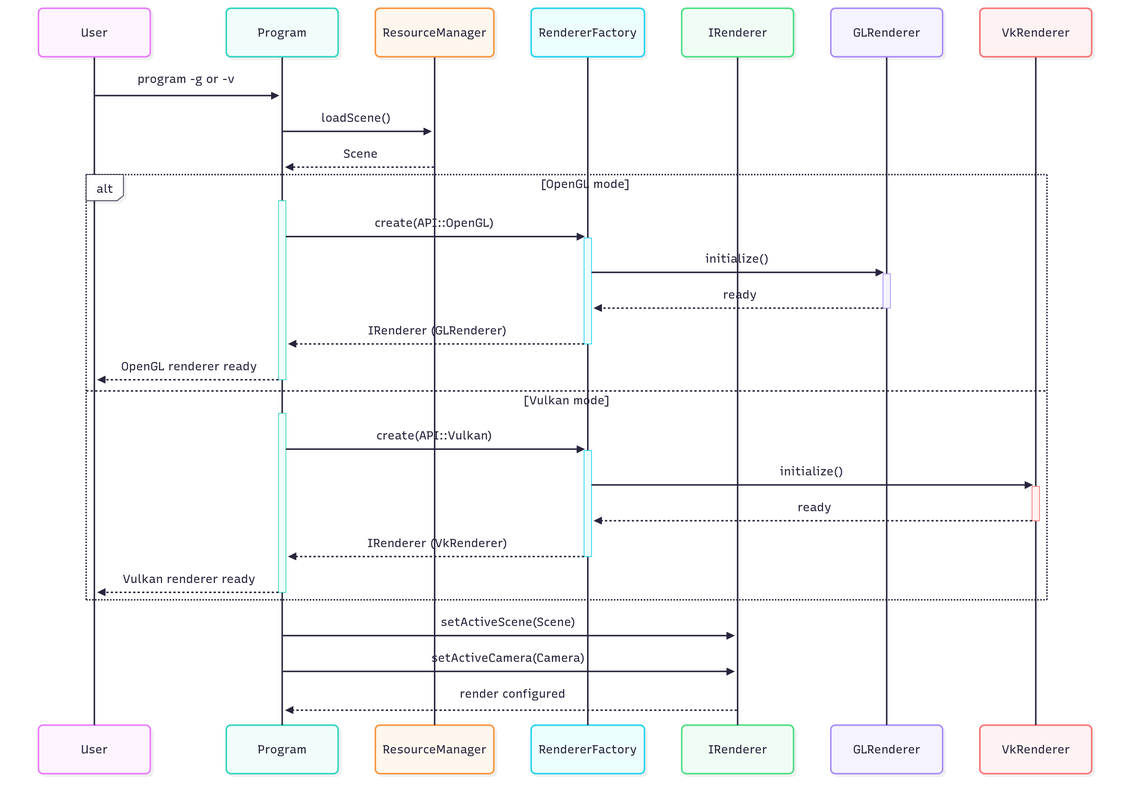
Earlier version of the Mermaid export figures/uml_activity_dynamic_backend.png (Fuwuffyi/thesis-project-tex). Its source is kept beside it as figures/uml_activity_dynamic_backend.mermaid. Source of this version:
```mermaid
sequenceDiagram
    participant User
    participant Program
    participant ResourceManager
    participant RendererFactory
    participant IRenderer
    participant GLRenderer
    participant VkRenderer

    User->>Program: program -g or -v

    Program->>ResourceManager: loadScene()
    ResourceManager-->>Program: Scene

    alt OpenGL mode
        activate Program
        Program->>RendererFactory: create(API::OpenGL)
        activate RendererFactory
        RendererFactory->>GLRenderer: initialize()
        activate GLRenderer
        GLRenderer-->>RendererFactory: ready
        deactivate GLRenderer
        RendererFactory-->>Program: IRenderer (GLRenderer)
        deactivate RendererFactory
        Program-->>User: OpenGL renderer ready
        deactivate Program
    else Vulkan mode
        activate Program
        Program->>RendererFactory: create(API::Vulkan)
        activate RendererFactory
        RendererFactory->>VkRenderer: initialize()
        activate VkRenderer
        VkRenderer-->>RendererFactory: ready
        deactivate VkRenderer
        RendererFactory-->>Program: IRenderer (VkRenderer)
        deactivate RendererFactory
        Program-->>User: Vulkan renderer ready
        deactivate Program
    end

    Program->>IRenderer: setActiveScene(Scene)
    Program->>IRenderer: setActiveCamera(Camera)
    IRenderer-->>Program: render configured
```
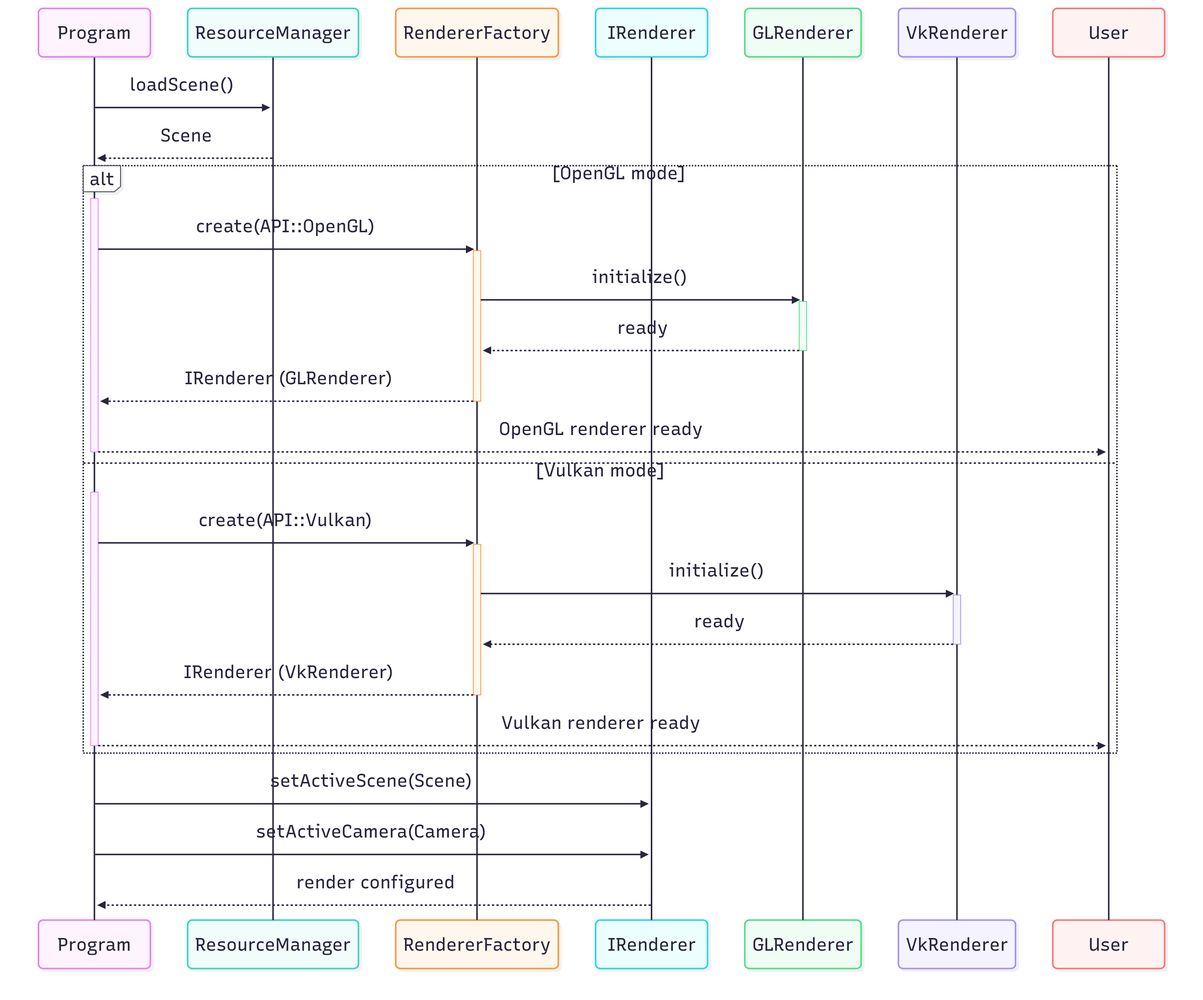
After the change.

Diff of the diagram source:
```diff
@@ -1,17 +1,16 @@
+---
+config:
+  fontSize: 24
+---
 sequenceDiagram
-    participant User
     participant Program
     participant ResourceManager
     participant RendererFactory
     participant IRenderer
     participant GLRenderer
     participant VkRenderer
-
-    User->>Program: program -g or -v
-
     Program->>ResourceManager: loadScene()
     ResourceManager-->>Program: Scene
-
     alt OpenGL mode
         activate Program
         Program->>RendererFactory: create(API::OpenGL)
@@ -37,7 +36,6 @@
         Program-->>User: Vulkan renderer ready
         deactivate Program
     end
-
     Program->>IRenderer: setActiveScene(Scene)
     Program->>IRenderer: setActiveCamera(Camera)
     IRenderer-->>Program: render configured
```
